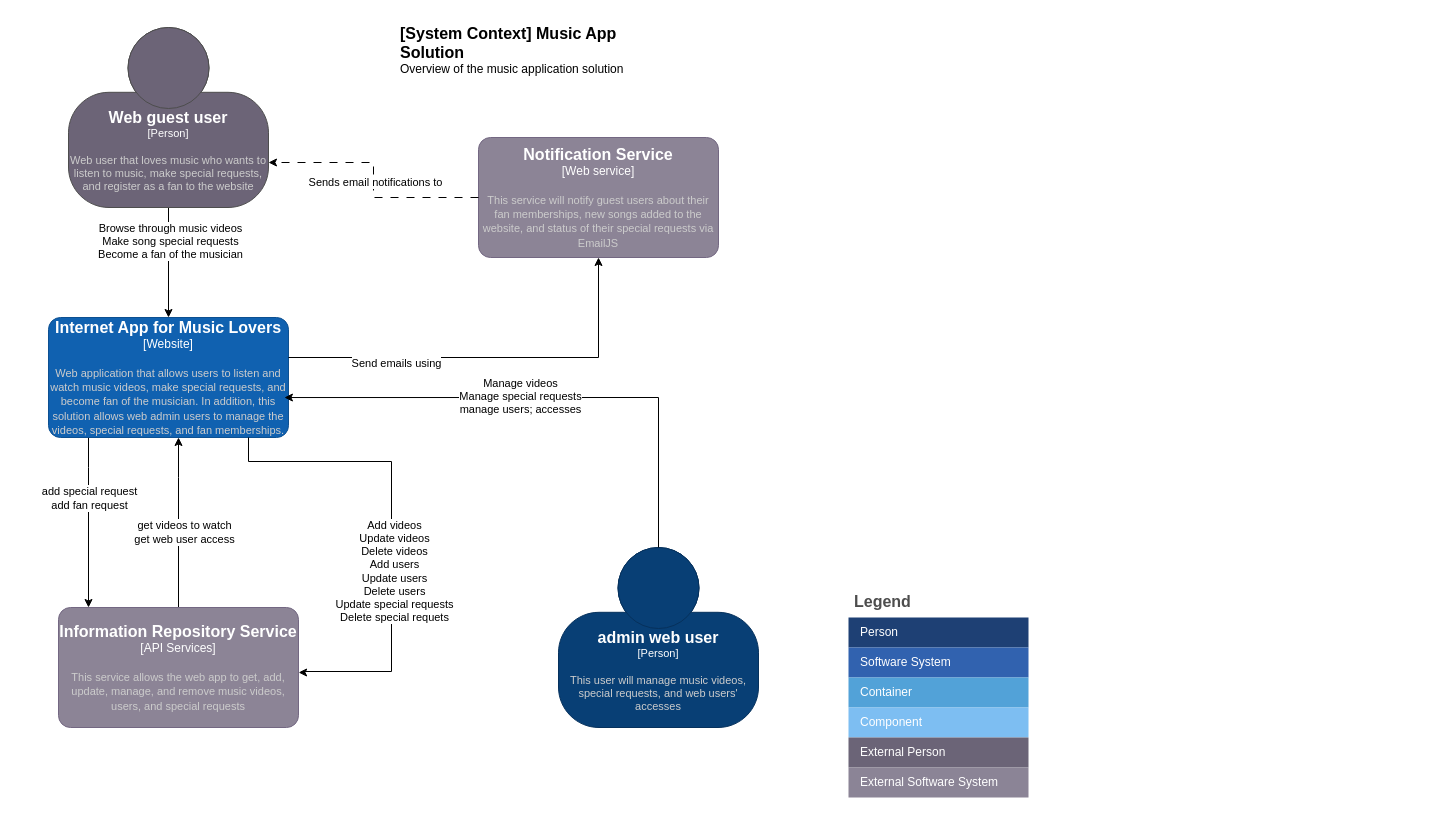
Earlier version of the draw.io diagram architecture/MusicSolution.drawio (danieloseguin67/organisteDanielSeguin). Source tidied: cells renumbered, new cells numbered last; positions are measured from the earlier drawing's top-left corner, leaving out a move shared by most shapes. Both pictures are drawn from the tidied source at 100%, with x=0, y=0 at pixel (48, 17).
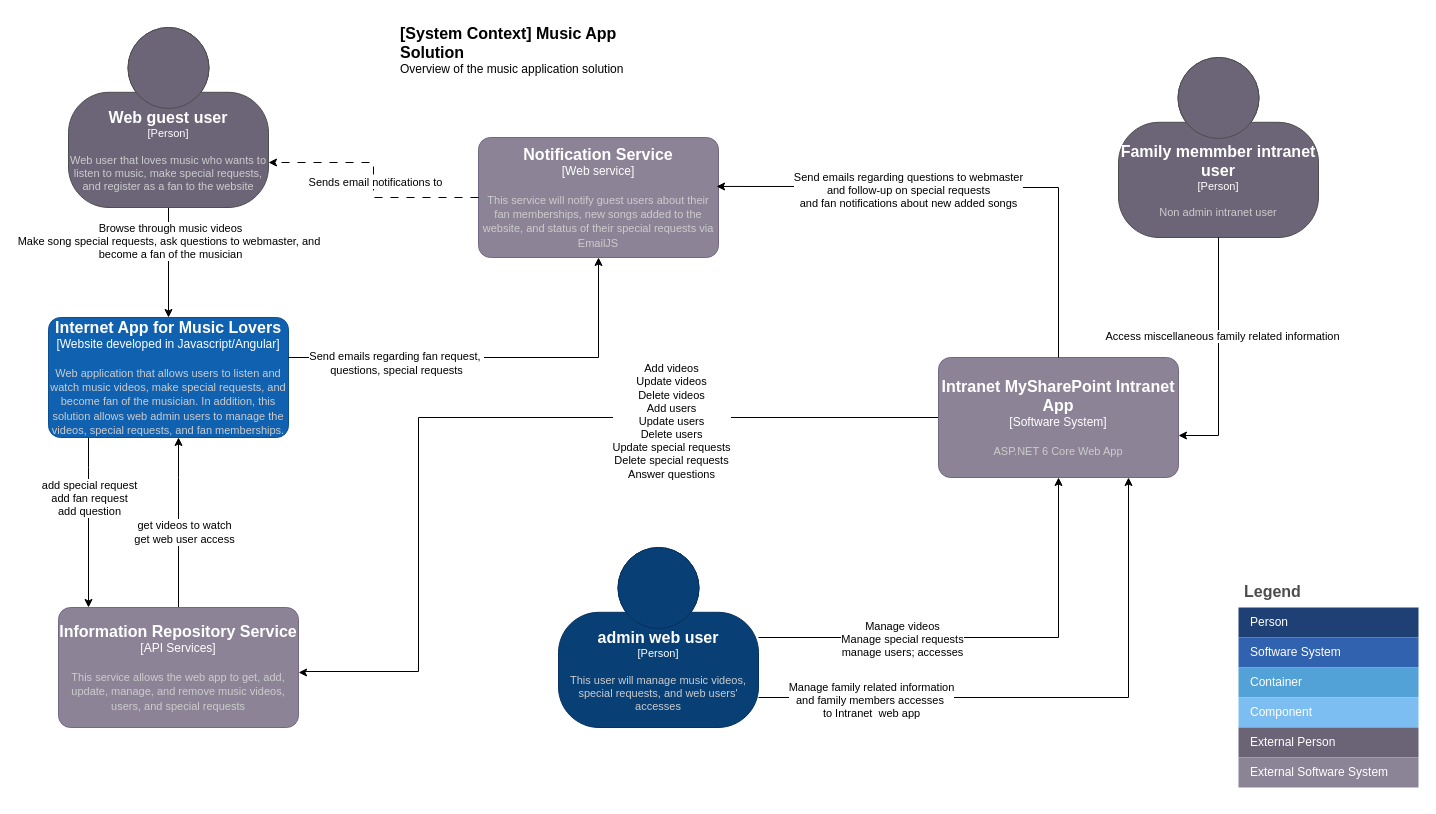
The same diagram, later.

Unchanged cells that the change refers to:
```xml
<object id="2" label="&lt;font style=&quot;font-size: 16px&quot;&gt;&lt;b&gt;%c4Name%&lt;/b&gt;&lt;/font&gt;&lt;div&gt;[%c4Type%]&lt;/div&gt;&lt;br&gt;&lt;div&gt;&lt;font style=&quot;font-size: 11px&quot;&gt;&lt;font color=&quot;#cccccc&quot;&gt;%c4Description%&lt;/font&gt;&lt;/div&gt;" c4Description="This user will manage music videos, special requests, and web users' accesses" c4Name="admin web user" c4Type="Person" placeholders="1">
  <mxCell style="html=1;fontSize=11;dashed=0;whiteSpace=wrap;fillColor=#083F75;strokeColor=#06315C;fontColor=#ffffff;shape=mxgraph.c4.person2;align=center;points=[[0.5,0,0],[1,0.5,0],[1,0.75,0],[0.75,1,0],[0.5,1,0],[0.25,1,0],[0,0.75,0],[0,0.5,0]];" parent="1" vertex="1">
    <mxGeometry x="510" y="530" width="200" height="180" as="geometry" />
  </mxCell>
</object>
<mxCell id="3" style="edgeStyle=orthogonalEdgeStyle;rounded=0;jettySize=auto;html=1;" parent="1" edge="1" source="5" target="8">
  <mxGeometry relative="1" as="geometry" />
</mxCell>
<mxCell id="6" style="edgeStyle=orthogonalEdgeStyle;rounded=0;orthogonalLoop=1;jettySize=auto;html=1;" parent="1" edge="1">
  <mxGeometry relative="1" as="geometry">
    <mxPoint x="40" y="420" as="sourcePoint" />
    <mxPoint x="40" y="590" as="targetPoint" />
    <Array as="points">
      <mxPoint x="40" y="450" />
      <mxPoint x="40" y="450" />
    </Array>
  </mxGeometry>
</mxCell>
<object id="12" label="&lt;font style=&quot;font-size: 16px&quot;&gt;&lt;b&gt;%c4Name%&lt;/b&gt;&lt;/font&gt;&lt;div&gt;[%c4Type%]&lt;/div&gt;&lt;br&gt;&lt;div&gt;&lt;font style=&quot;font-size: 11px&quot;&gt;&lt;font color=&quot;#cccccc&quot;&gt;%c4Description%&lt;/font&gt;&lt;/div&gt;" c4Description="This service will notify guest users about their fan memberships, new songs added to the website, and status of their special requests via EmailJS" c4Name="Notification Service" c4Type="Web service" placeholders="1">
  <mxCell style="rounded=1;whiteSpace=wrap;html=1;labelBackgroundColor=none;fillColor=#8C8496;fontColor=#ffffff;align=center;arcSize=10;strokeColor=#736782;points=[[0.25,0,0],[0.5,0,0],[0.75,0,0],[1,0.25,0],[1,0.5,0],[1,0.75,0],[0.75,1,0],[0.5,1,0],[0.25,1,0],[0,0.75,0],[0,0.5,0],[0,0.25,0]];" parent="1" vertex="1">
    <mxGeometry x="430" y="120" width="240" height="120" as="geometry" />
  </mxCell>
</object>
<mxCell id="20" style="edgeStyle=orthogonalEdgeStyle;rounded=0;jettySize=auto;html=1;entryX=0.5;entryY=1;entryDx=0;entryDy=0;entryPerimeter=0;" parent="1" edge="1" source="8" target="12">
  <mxGeometry relative="1" as="geometry">
    <Array as="points">
      <mxPoint x="550" y="340" />
    </Array>
  </mxGeometry>
</mxCell>
```

Change to the diagram source:
```diff
@@
+    <mxCell id="35" style="edgeStyle=orthogonalEdgeStyle;rounded=0;jettySize=auto;html=1;" parent="1" edge="1" source="2" target="38">
+      <mxGeometry relative="1" as="geometry" />
+    </mxCell>
+    <mxCell id="15" value="Manage videos&lt;div&gt;Manage special requests&lt;/div&gt;&lt;div&gt;manage users; accesses&lt;/div&gt;" style="edgeLabel;html=1;align=center;verticalAlign=middle;" parent="35" vertex="1">
+      <mxGeometry x="-0.38" y="-1" relative="1" as="geometry" />
+    </mxCell>
@@
-    <mxCell id="4" value="Browse through music videos&lt;div&gt;Make song special requests&lt;/div&gt;&lt;div&gt;Become a fan of the musician&lt;/div&gt;" style="edgeLabel;html=1;align=center;verticalAlign=middle;" parent="3" vertex="1">
+    <mxCell id="4" value="Browse through music videos&lt;div&gt;Make song special requests, ask questions to webmaster, and&amp;nbsp;&lt;/div&gt;&lt;div&gt;become a fan of the musician&lt;/div&gt;" style="edgeLabel;html=1;align=center;verticalAlign=middle;" parent="3" vertex="1">
       <mxGeometry x="-0.4" y="1" relative="1" as="geometry" />
     </mxCell>
@@
-    <mxCell id="7" value="&lt;div&gt;add special request&lt;/div&gt;&lt;div&gt;add fan request&lt;/div&gt;" style="edgeLabel;html=1;align=center;verticalAlign=middle;" parent="6" vertex="1">
+    <mxCell id="7" value="&lt;div&gt;add special request&lt;/div&gt;&lt;div&gt;add fan request&lt;/div&gt;&lt;div&gt;add question&lt;/div&gt;" style="edgeLabel;html=1;align=center;verticalAlign=middle;" parent="6" vertex="1">
       <mxGeometry x="-0.29" relative="1" as="geometry" />
     </mxCell>
-    <object id="8" label="&lt;font style=&quot;font-size: 16px&quot;&gt;&lt;b&gt;%c4Name%&lt;/b&gt;&lt;/font&gt;&lt;div&gt;[%c4Type%]&lt;/div&gt;&lt;br&gt;&lt;div&gt;&lt;font style=&quot;font-size: 11px&quot;&gt;&lt;font color=&quot;#cccccc&quot;&gt;%c4Description%&lt;/font&gt;&lt;/div&gt;" c4Description="Web application that allows users to listen and watch music videos, make special requests, and become fan of the musician.  In addition, this solution allows web admin users to manage the videos, special requests, and fan memberships." c4Name="Internet App for Music Lovers" c4Type="Website" placeholders="1">
+    <object id="8" label="&lt;font style=&quot;font-size: 16px&quot;&gt;&lt;b&gt;%c4Name%&lt;/b&gt;&lt;/font&gt;&lt;div&gt;[%c4Type%]&lt;/div&gt;&lt;br&gt;&lt;div&gt;&lt;font style=&quot;font-size: 11px&quot;&gt;&lt;font color=&quot;#cccccc&quot;&gt;%c4Description%&lt;/font&gt;&lt;/div&gt;" c4Description="Web application that allows users to listen and watch music videos, make special requests, and become fan of the musician.  In addition, this solution allows web admin users to manage the videos, special requests, and fan memberships." c4Name="Internet App for Music Lovers" c4Type="Website developed in Javascript/Angular" placeholders="1">
       <mxCell style="rounded=1;whiteSpace=wrap;html=1;labelBackgroundColor=none;fillColor=#1061B0;fontColor=#ffffff;align=center;arcSize=10;strokeColor=#0D5091;points=[[0.25,0,0],[0.5,0,0],[0.75,0,0],[1,0.25,0],[1,0.5,0],[1,0.75,0],[0.75,1,0],[0.5,1,0],[0.25,1,0],[0,0.75,0],[0,0.5,0],[0,0.25,0]];" parent="1" vertex="1">
         <mxGeometry y="300" width="240" height="120" as="geometry" />
       </mxCell>
     </object>
@@
-    <mxCell id="14" style="edgeStyle=orthogonalEdgeStyle;rounded=0;jettySize=auto;html=1;exitX=0.5;exitY=0;exitDx=0;exitDy=0;exitPerimeter=0;entryX=0.983;entryY=0.667;entryDx=0;entryDy=0;entryPerimeter=0;" parent="1" edge="1" source="2" target="8">
-      <mxGeometry relative="1" as="geometry">
-        <Array as="points">
-          <mxPoint x="610" y="380" />
-        </Array>
-      </mxGeometry>
-    </mxCell>
-    <mxCell id="15" value="Manage videos&lt;div&gt;Manage special requests&lt;/div&gt;&lt;div&gt;manage users; accesses&lt;/div&gt;" style="edgeLabel;html=1;align=center;verticalAlign=middle;" parent="14" vertex="1">
-      <mxGeometry x="0.1" y="-2" relative="1" as="geometry" />
-    </mxCell>
-    <mxCell id="16" style="edgeStyle=orthogonalEdgeStyle;rounded=0;orthogonalLoop=1;jettySize=auto;html=1;entryX=0.988;entryY=0.675;entryDx=0;entryDy=0;entryPerimeter=0;" parent="1" edge="1">
+    <mxCell id="16" style="edgeStyle=orthogonalEdgeStyle;rounded=0;jettySize=auto;html=1;entryX=0.988;entryY=0.675;entryDx=0;entryDy=0;entryPerimeter=0;" parent="1" edge="1" source="38">
       <mxGeometry relative="1" as="geometry">
-        <mxPoint x="200" y="420" as="sourcePoint" />
         <mxPoint x="250.1" y="655" as="targetPoint" />
         <Array as="points">
-          <mxPoint x="200" y="444" />
-          <mxPoint x="343" y="444" />
-          <mxPoint x="343" y="654" />
+          <mxPoint x="370" y="400" />
+          <mxPoint x="370" y="654" />
           <mxPoint x="253" y="654" />
           <mxPoint x="253" y="655" />
         </Array>
       </mxGeometry>
     </mxCell>
-    <mxCell id="17" value="Add videos&lt;div&gt;Update videos&lt;/div&gt;&lt;div&gt;Delete videos&lt;/div&gt;&lt;div&gt;Add users&lt;/div&gt;&lt;div&gt;Update users&lt;/div&gt;&lt;div&gt;Delete users&lt;/div&gt;&lt;div&gt;Update special requests&lt;/div&gt;&lt;div&gt;Delete special requets&lt;/div&gt;" style="edgeLabel;html=1;align=center;verticalAlign=middle;" parent="16" vertex="1">
-      <mxGeometry x="0.17" y="2" relative="1" as="geometry">
-        <mxPoint y="1" as="offset" />
-      </mxGeometry>
-    </mxCell>
+    <mxCell id="36" value="Add videos&lt;div&gt;Update videos&lt;/div&gt;&lt;div&gt;Delete videos&lt;/div&gt;&lt;div&gt;Add users&lt;/div&gt;&lt;div&gt;Update users&lt;/div&gt;&lt;div&gt;Delete users&lt;/div&gt;&lt;div&gt;Update special requests&lt;/div&gt;&lt;div&gt;Delete special requests&lt;/div&gt;&lt;div&gt;Answer questions&lt;/div&gt;" style="edgeLabel;html=1;align=center;verticalAlign=middle;" parent="16" vertex="1">
+      <mxGeometry x="-0.4" y="3" relative="1" as="geometry" />
+    </mxCell>
@@
-    <mxCell id="21" value="Send emails using" style="edgeLabel;html=1;align=center;verticalAlign=middle;" parent="20" vertex="1">
+    <mxCell id="21" value="Send emails regarding fan request,&amp;nbsp;&lt;div&gt;questions, special requests&lt;/div&gt;" style="edgeLabel;html=1;align=center;verticalAlign=middle;" parent="20" vertex="1">
       <mxGeometry x="-0.48" y="-5" relative="1" as="geometry" />
     </mxCell>
     <mxCell id="22" value="Legend" style="shape=table;startSize=30;childLayout=tableLayout;fontSize=16;align=left;verticalAlign=top;fillColor=none;strokeColor=none;fontColor=#4D4D4D;fontStyle=1;spacingLeft=6;spacing=0;" parent="1" vertex="1">
-      <mxGeometry x="800" y="570" width="180" height="210" as="geometry" />
+      <mxGeometry x="1190" y="560" width="180" height="210" as="geometry" />
     </mxCell>
@@
+    <object id="37" label="&lt;font style=&quot;font-size: 16px&quot;&gt;&lt;b&gt;%c4Name%&lt;/b&gt;&lt;/font&gt;&lt;div&gt;[%c4Type%]&lt;/div&gt;&lt;br&gt;&lt;div&gt;&lt;font style=&quot;font-size: 11px&quot;&gt;&lt;font color=&quot;#cccccc&quot;&gt;%c4Description%&lt;/font&gt;&lt;/div&gt;" c4Description="Non admin intranet user" c4Name="Family memmber intranet user" c4Type="Person" placeholders="1">
+      <mxCell style="html=1;fontSize=11;dashed=0;whiteSpace=wrap;fillColor=#6C6477;strokeColor=#4D4D4D;fontColor=#ffffff;shape=mxgraph.c4.person2;align=center;points=[[0.5,0,0],[1,0.5,0],[1,0.75,0],[0.75,1,0],[0.5,1,0],[0.25,1,0],[0,0.75,0],[0,0.5,0]];" parent="1" vertex="1">
+        <mxGeometry x="1070" y="40" width="200" height="180" as="geometry" />
+      </mxCell>
+    </object>
+    <object id="38" label="&lt;font style=&quot;font-size: 16px&quot;&gt;&lt;b&gt;%c4Name%&lt;/b&gt;&lt;/font&gt;&lt;div&gt;[%c4Type%]&lt;/div&gt;&lt;br&gt;&lt;div&gt;&lt;font style=&quot;font-size: 11px&quot;&gt;&lt;font color=&quot;#cccccc&quot;&gt;%c4Description%&lt;/font&gt;&lt;/div&gt;" c4Description="ASP.NET 6 Core Web App" c4Name="Intranet MySharePoint Intranet App" c4Type="Software System" placeholders="1">
+      <mxCell style="rounded=1;whiteSpace=wrap;html=1;labelBackgroundColor=none;fillColor=#8C8496;fontColor=#ffffff;align=center;arcSize=10;strokeColor=#736782;points=[[0.25,0,0],[0.5,0,0],[0.75,0,0],[1,0.25,0],[1,0.5,0],[1,0.75,0],[0.75,1,0],[0.5,1,0],[0.25,1,0],[0,0.75,0],[0,0.5,0],[0,0.25,0]];" parent="1" vertex="1">
+        <mxGeometry x="890" y="340" width="240" height="120" as="geometry" />
+      </mxCell>
+    </object>
+    <mxCell id="39" style="edgeStyle=orthogonalEdgeStyle;rounded=0;jettySize=auto;html=1;entryX=1;entryY=0.65;entryDx=0;entryDy=0;entryPerimeter=0;" parent="1" edge="1" source="37" target="38">
+      <mxGeometry relative="1" as="geometry" />
+    </mxCell>
+    <mxCell id="40" value="Access miscellaneous family related information" style="edgeLabel;html=1;align=center;verticalAlign=middle;" parent="39" vertex="1">
+      <mxGeometry x="-0.18" y="3" relative="1" as="geometry" />
+    </mxCell>
+    <mxCell id="41" style="edgeStyle=orthogonalEdgeStyle;rounded=0;jettySize=auto;html=1;entryX=0.992;entryY=0.408;entryDx=0;entryDy=0;entryPerimeter=0;" parent="1" edge="1" source="38" target="12">
+      <mxGeometry relative="1" as="geometry">
+        <Array as="points">
+          <mxPoint x="1010" y="170" />
+          <mxPoint x="830" y="170" />
+        </Array>
+      </mxGeometry>
+    </mxCell>
+    <mxCell id="42" value="Send emails regarding questions to webmaster&lt;div&gt;and follow-up on special requests&lt;/div&gt;&lt;div&gt;and fan notifications about new added songs&lt;/div&gt;" style="edgeLabel;html=1;align=center;verticalAlign=middle;" parent="41" vertex="1">
+      <mxGeometry x="0.25" y="2" relative="1" as="geometry" />
+    </mxCell>
+    <mxCell id="43" style="edgeStyle=orthogonalEdgeStyle;rounded=0;jettySize=auto;html=1;" parent="1" edge="1" source="2" target="38">
+      <mxGeometry relative="1" as="geometry">
+        <Array as="points">
+          <mxPoint x="1080" y="680" />
+        </Array>
+      </mxGeometry>
+    </mxCell>
+    <mxCell id="44" value="Manage family related information&lt;div&gt;and family members accesses&amp;nbsp;&lt;/div&gt;&lt;div&gt;to Intranet&amp;nbsp; web app&lt;/div&gt;" style="edgeLabel;html=1;align=center;verticalAlign=middle;" parent="43" vertex="1">
+      <mxGeometry x="-0.62" y="-2" relative="1" as="geometry" />
+    </mxCell>
```
